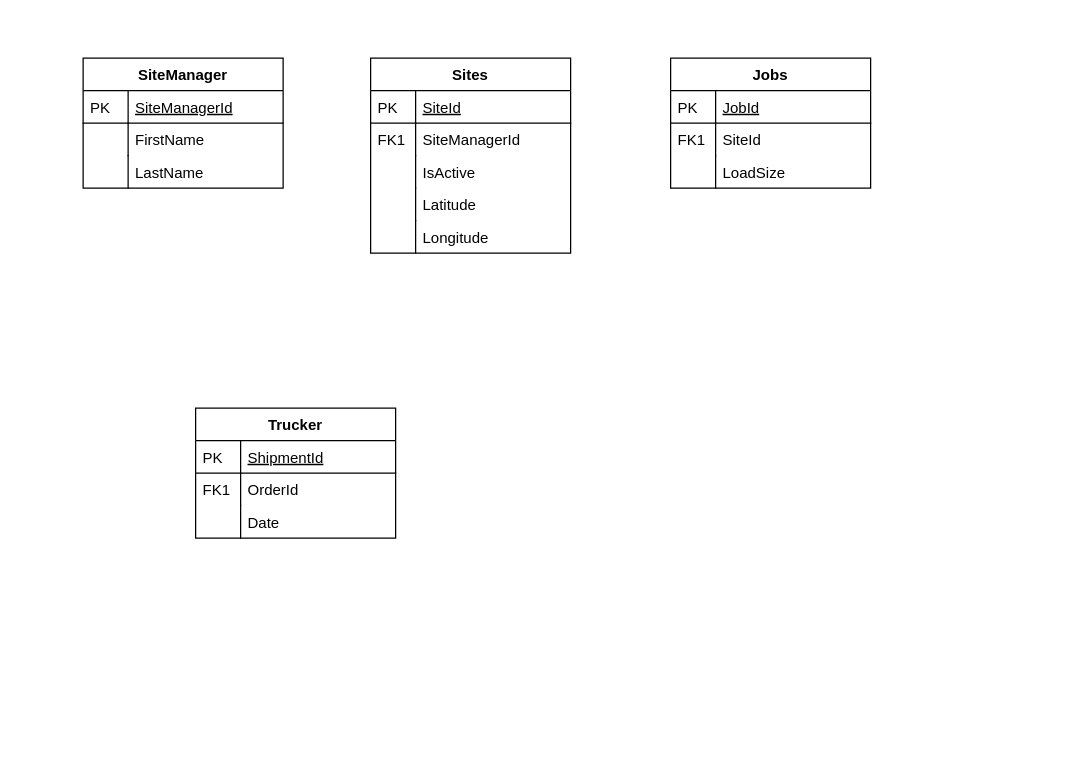
This is ER Diagram.drawio from kkuop/linking-logs, a draw.io file, before an edit. Source tidied: cells renumbered, new cells numbered last; positions are measured from the earlier drawing's top-left corner, leaving out a move shared by most shapes. Both pictures are drawn from the tidied source at 125%, with x=0, y=0 at pixel (82, 58).
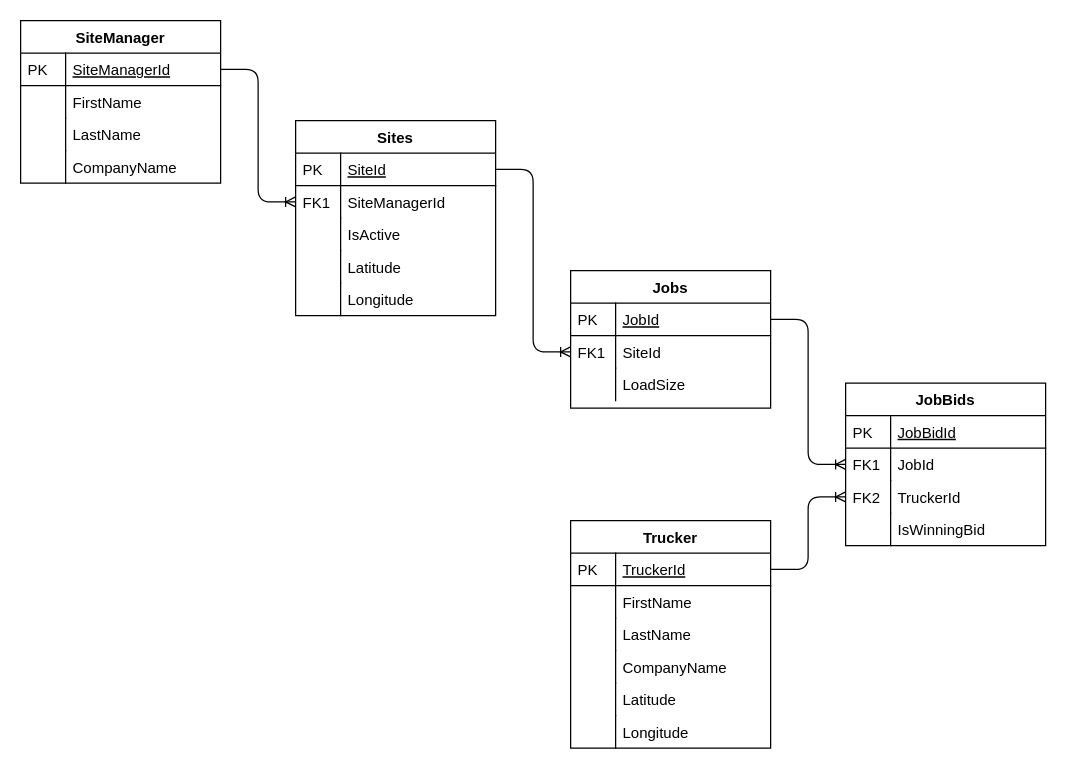
The same diagram, later.

Unchanged cells that the change refers to:
```xml
<mxCell id="3" value="SiteManagerId" style="shape=partialRectangle;top=0;left=0;right=0;bottom=1;align=left;verticalAlign=top;fillColor=none;spacingLeft=40;spacingRight=4;overflow=hidden;points=[[0,0.5],[1,0.5]];portConstraint=eastwest;rounded=0;shadow=0;strokeWidth=1;fontStyle=4;" parent="2" vertex="1">
  <mxGeometry y="26" width="160" height="26" as="geometry" />
</mxCell>
<mxCell id="10" value="SiteId" style="shape=partialRectangle;top=0;left=0;right=0;bottom=1;align=left;verticalAlign=top;fillColor=none;spacingLeft=40;spacingRight=4;overflow=hidden;points=[[0,0.5],[1,0.5]];portConstraint=eastwest;rounded=0;shadow=0;strokeWidth=1;fontStyle=4;" parent="9" vertex="1">
  <mxGeometry y="26" width="160" height="26" as="geometry" />
</mxCell>
<mxCell id="12" value="SiteManagerId" style="shape=partialRectangle;top=0;left=0;right=0;bottom=0;align=left;verticalAlign=top;fillColor=none;spacingLeft=40;spacingRight=4;overflow=hidden;points=[[0,0.5],[1,0.5]];portConstraint=eastwest;rounded=0;shadow=0;strokeWidth=1;" parent="9" vertex="1">
  <mxGeometry y="52" width="160" height="26" as="geometry" />
</mxCell>
<mxCell id="28" value="JobId" style="shape=partialRectangle;top=0;left=0;right=0;bottom=1;align=left;verticalAlign=top;fillColor=none;spacingLeft=40;spacingRight=4;overflow=hidden;points=[[0,0.5],[1,0.5]];portConstraint=eastwest;rounded=0;shadow=0;strokeWidth=1;fontStyle=4;" parent="27" vertex="1">
  <mxGeometry y="26" width="160" height="26" as="geometry" />
</mxCell>
<mxCell id="30" value="SiteId" style="shape=partialRectangle;top=0;left=0;right=0;bottom=0;align=left;verticalAlign=top;fillColor=none;spacingLeft=40;spacingRight=4;overflow=hidden;points=[[0,0.5],[1,0.5]];portConstraint=eastwest;rounded=0;shadow=0;strokeWidth=1;" parent="27" vertex="1">
  <mxGeometry y="52" width="160" height="26" as="geometry" />
</mxCell>
```

Diff of the diagram source:
```diff
@@
     <mxCell id="2" value="SiteManager" style="swimlane;fontStyle=1;horizontal=1;startSize=26;rounded=0;shadow=0;strokeWidth=1;" parent="1" vertex="1">
-      <mxGeometry width="160" height="104" as="geometry" />
+      <mxGeometry x="-50" y="-30" width="160" height="130" as="geometry" />
     </mxCell>
@@
+    <mxCell id="34" value="CompanyName" style="shape=partialRectangle;top=0;left=0;right=0;bottom=0;align=left;verticalAlign=top;fillColor=none;spacingLeft=40;spacingRight=4;overflow=hidden;rounded=0;shadow=0;strokeWidth=1;" parent="2" vertex="1">
+      <mxGeometry y="104" width="160" height="26" as="geometry" />
+    </mxCell>
+    <mxCell id="35" style="shape=partialRectangle;top=0;left=0;bottom=0;fillColor=none;align=left;verticalAlign=top;spacingLeft=4;spacingRight=4;overflow=hidden;" parent="34" vertex="1">
+      <mxGeometry width="36" height="26" as="geometry" />
+    </mxCell>
     <mxCell id="9" value="Sites" style="swimlane;fontStyle=1;horizontal=1;startSize=26;rounded=0;shadow=0;strokeWidth=1;" parent="1" vertex="1">
-      <mxGeometry x="230" width="160" height="156" as="geometry" />
+      <mxGeometry x="170" y="50" width="160" height="156" as="geometry" />
     </mxCell>
@@
     <mxCell id="20" value="Trucker" style="swimlane;fontStyle=1;horizontal=1;startSize=26;rounded=0;shadow=0;strokeWidth=1;" parent="1" vertex="1">
-      <mxGeometry x="90" y="280" width="160" height="104" as="geometry" />
+      <mxGeometry x="390" y="370" width="160" height="182" as="geometry" />
     </mxCell>
-    <mxCell id="21" value="ShipmentId" style="shape=partialRectangle;top=0;left=0;right=0;bottom=1;align=left;verticalAlign=top;fillColor=none;spacingLeft=40;spacingRight=4;overflow=hidden;points=[[0,0.5],[1,0.5]];portConstraint=eastwest;rounded=0;shadow=0;strokeWidth=1;fontStyle=4;" parent="20" vertex="1">
+    <mxCell id="21" value="TruckerId" style="shape=partialRectangle;top=0;left=0;right=0;bottom=1;align=left;verticalAlign=top;fillColor=none;spacingLeft=40;spacingRight=4;overflow=hidden;points=[[0,0.5],[1,0.5]];portConstraint=eastwest;rounded=0;shadow=0;strokeWidth=1;fontStyle=4;" parent="20" vertex="1">
       <mxGeometry y="26" width="160" height="26" as="geometry" />
     </mxCell>
@@
-    <mxCell id="23" value="OrderId" style="shape=partialRectangle;top=0;left=0;right=0;bottom=0;align=left;verticalAlign=top;fillColor=none;spacingLeft=40;spacingRight=4;overflow=hidden;rounded=0;shadow=0;strokeWidth=1;" parent="20" vertex="1">
+    <mxCell id="23" value="FirstName" style="shape=partialRectangle;top=0;left=0;right=0;bottom=0;align=left;verticalAlign=top;fillColor=none;spacingLeft=40;spacingRight=4;overflow=hidden;rounded=0;shadow=0;strokeWidth=1;" parent="20" vertex="1">
       <mxGeometry y="52" width="160" height="26" as="geometry" />
     </mxCell>
-    <mxCell id="24" value="FK1" style="shape=partialRectangle;top=0;left=0;bottom=0;fillColor=none;align=left;verticalAlign=top;spacingLeft=4;spacingRight=4;overflow=hidden;" parent="23" vertex="1">
+    <mxCell id="24" style="shape=partialRectangle;top=0;left=0;bottom=0;fillColor=none;align=left;verticalAlign=top;spacingLeft=4;spacingRight=4;overflow=hidden;" parent="23" vertex="1">
       <mxGeometry width="36" height="26" as="geometry" />
     </mxCell>
-    <mxCell id="25" value="Date" style="shape=partialRectangle;top=0;left=0;right=0;bottom=0;align=left;verticalAlign=top;fillColor=none;spacingLeft=40;spacingRight=4;overflow=hidden;rounded=0;shadow=0;strokeWidth=1;" parent="20" vertex="1">
+    <mxCell id="25" value="LastName" style="shape=partialRectangle;top=0;left=0;right=0;bottom=0;align=left;verticalAlign=top;fillColor=none;spacingLeft=40;spacingRight=4;overflow=hidden;rounded=0;shadow=0;strokeWidth=1;" parent="20" vertex="1">
       <mxGeometry y="78" width="160" height="26" as="geometry" />
     </mxCell>
@@
+    <mxCell id="36" value="CompanyName" style="shape=partialRectangle;top=0;left=0;right=0;bottom=0;align=left;verticalAlign=top;fillColor=none;spacingLeft=40;spacingRight=4;overflow=hidden;rounded=0;shadow=0;strokeWidth=1;" parent="20" vertex="1">
+      <mxGeometry y="104" width="160" height="26" as="geometry" />
+    </mxCell>
+    <mxCell id="37" style="shape=partialRectangle;top=0;left=0;bottom=0;fillColor=none;align=left;verticalAlign=top;spacingLeft=4;spacingRight=4;overflow=hidden;" parent="36" vertex="1">
+      <mxGeometry width="36" height="26" as="geometry" />
+    </mxCell>
+    <mxCell id="38" value="Latitude" style="shape=partialRectangle;top=0;left=0;right=0;bottom=0;align=left;verticalAlign=top;fillColor=none;spacingLeft=40;spacingRight=4;overflow=hidden;rounded=0;shadow=0;strokeWidth=1;" parent="20" vertex="1">
+      <mxGeometry y="130" width="160" height="26" as="geometry" />
+    </mxCell>
+    <mxCell id="39" style="shape=partialRectangle;top=0;left=0;bottom=0;fillColor=none;align=left;verticalAlign=top;spacingLeft=4;spacingRight=4;overflow=hidden;" parent="38" vertex="1">
+      <mxGeometry width="36" height="26" as="geometry" />
+    </mxCell>
+    <mxCell id="40" value="Longitude" style="shape=partialRectangle;top=0;left=0;right=0;bottom=0;align=left;verticalAlign=top;fillColor=none;spacingLeft=40;spacingRight=4;overflow=hidden;rounded=0;shadow=0;strokeWidth=1;" parent="20" vertex="1">
+      <mxGeometry y="156" width="160" height="26" as="geometry" />
+    </mxCell>
+    <mxCell id="41" style="shape=partialRectangle;top=0;left=0;bottom=0;fillColor=none;align=left;verticalAlign=top;spacingLeft=4;spacingRight=4;overflow=hidden;" parent="40" vertex="1">
+      <mxGeometry width="36" height="26" as="geometry" />
+    </mxCell>
     <mxCell id="27" value="Jobs" style="swimlane;fontStyle=1;horizontal=1;startSize=26;rounded=0;shadow=0;strokeWidth=1;" parent="1" vertex="1">
-      <mxGeometry x="470" width="160" height="104" as="geometry" />
+      <mxGeometry x="390" y="170" width="160" height="110" as="geometry" />
     </mxCell>
@@
+    <mxCell id="42" style="edgeStyle=entityRelationEdgeStyle;fontSize=12;html=1;endArrow=ERoneToMany;entryX=0;entryY=0.5;entryDx=0;entryDy=0;exitX=1;exitY=0.5;exitDx=0;exitDy=0;" parent="1" edge="1" source="3" target="12">
+      <mxGeometry relative="1" as="geometry" />
+    </mxCell>
+    <mxCell id="43" style="edgeStyle=entityRelationEdgeStyle;fontSize=12;html=1;endArrow=ERoneToMany;entryX=0;entryY=0.5;entryDx=0;entryDy=0;exitX=1;exitY=0.5;exitDx=0;exitDy=0;" parent="1" edge="1" source="10" target="30">
+      <mxGeometry relative="1" as="geometry" />
+    </mxCell>
+    <mxCell id="44" value="JobBids" style="swimlane;fontStyle=1;horizontal=1;startSize=26;rounded=0;shadow=0;strokeWidth=1;" parent="1" vertex="1">
+      <mxGeometry x="610" y="260" width="160" height="130" as="geometry" />
+    </mxCell>
+    <mxCell id="45" value="JobBidId" style="shape=partialRectangle;top=0;left=0;right=0;bottom=1;align=left;verticalAlign=top;fillColor=none;spacingLeft=40;spacingRight=4;overflow=hidden;rounded=0;shadow=0;strokeWidth=1;fontStyle=4;" parent="44" vertex="1">
+      <mxGeometry y="26" width="160" height="26" as="geometry" />
+    </mxCell>
+    <mxCell id="46" value="PK" style="shape=partialRectangle;top=0;left=0;bottom=0;fillColor=none;align=left;verticalAlign=top;spacingLeft=4;spacingRight=4;overflow=hidden;" parent="45" vertex="1">
+      <mxGeometry width="36" height="26" as="geometry" />
+    </mxCell>
+    <mxCell id="47" value="JobId" style="shape=partialRectangle;top=0;left=0;right=0;bottom=0;align=left;verticalAlign=top;fillColor=none;spacingLeft=40;spacingRight=4;overflow=hidden;points=[[0,0.5],[1,0.5]];portConstraint=eastwest;rounded=0;shadow=0;strokeWidth=1;" parent="44" vertex="1">
+      <mxGeometry y="52" width="160" height="26" as="geometry" />
+    </mxCell>
+    <mxCell id="48" value="FK1" style="shape=partialRectangle;top=0;left=0;bottom=0;fillColor=none;align=left;verticalAlign=top;spacingLeft=4;spacingRight=4;overflow=hidden;" parent="47" vertex="1">
+      <mxGeometry width="36" height="26" as="geometry" />
+    </mxCell>
+    <mxCell id="49" value="TruckerId" style="shape=partialRectangle;top=0;left=0;right=0;bottom=0;align=left;verticalAlign=top;fillColor=none;spacingLeft=40;spacingRight=4;overflow=hidden;points=[[0,0.5],[1,0.5]];portConstraint=eastwest;rounded=0;shadow=0;strokeWidth=1;" parent="44" vertex="1">
+      <mxGeometry y="78" width="160" height="26" as="geometry" />
+    </mxCell>
+    <mxCell id="50" value="FK2" style="shape=partialRectangle;top=0;left=0;bottom=0;fillColor=none;align=left;verticalAlign=top;spacingLeft=4;spacingRight=4;overflow=hidden;" parent="49" vertex="1">
+      <mxGeometry width="36" height="26" as="geometry" />
+    </mxCell>
+    <mxCell id="51" value="IsWinningBid" style="shape=partialRectangle;top=0;left=0;right=0;bottom=0;align=left;verticalAlign=top;fillColor=none;spacingLeft=40;spacingRight=4;overflow=hidden;rounded=0;shadow=0;strokeWidth=1;" parent="44" vertex="1">
+      <mxGeometry y="104" width="160" height="26" as="geometry" />
+    </mxCell>
+    <mxCell id="52" style="shape=partialRectangle;top=0;left=0;bottom=0;fillColor=none;align=left;verticalAlign=top;spacingLeft=4;spacingRight=4;overflow=hidden;" parent="51" vertex="1">
+      <mxGeometry width="36" height="26" as="geometry" />
+    </mxCell>
+    <mxCell id="53" style="edgeStyle=entityRelationEdgeStyle;fontSize=12;html=1;endArrow=ERoneToMany;entryX=0;entryY=0.5;entryDx=0;entryDy=0;exitX=1;exitY=0.5;exitDx=0;exitDy=0;" parent="1" edge="1" source="28" target="47">
+      <mxGeometry relative="1" as="geometry" />
+    </mxCell>
+    <mxCell id="54" style="edgeStyle=entityRelationEdgeStyle;fontSize=12;html=1;endArrow=ERoneToMany;entryX=0;entryY=0.5;entryDx=0;entryDy=0;exitX=1;exitY=0.5;exitDx=0;exitDy=0;" parent="1" edge="1" source="21" target="49">
+      <mxGeometry relative="1" as="geometry" />
+    </mxCell>
```
